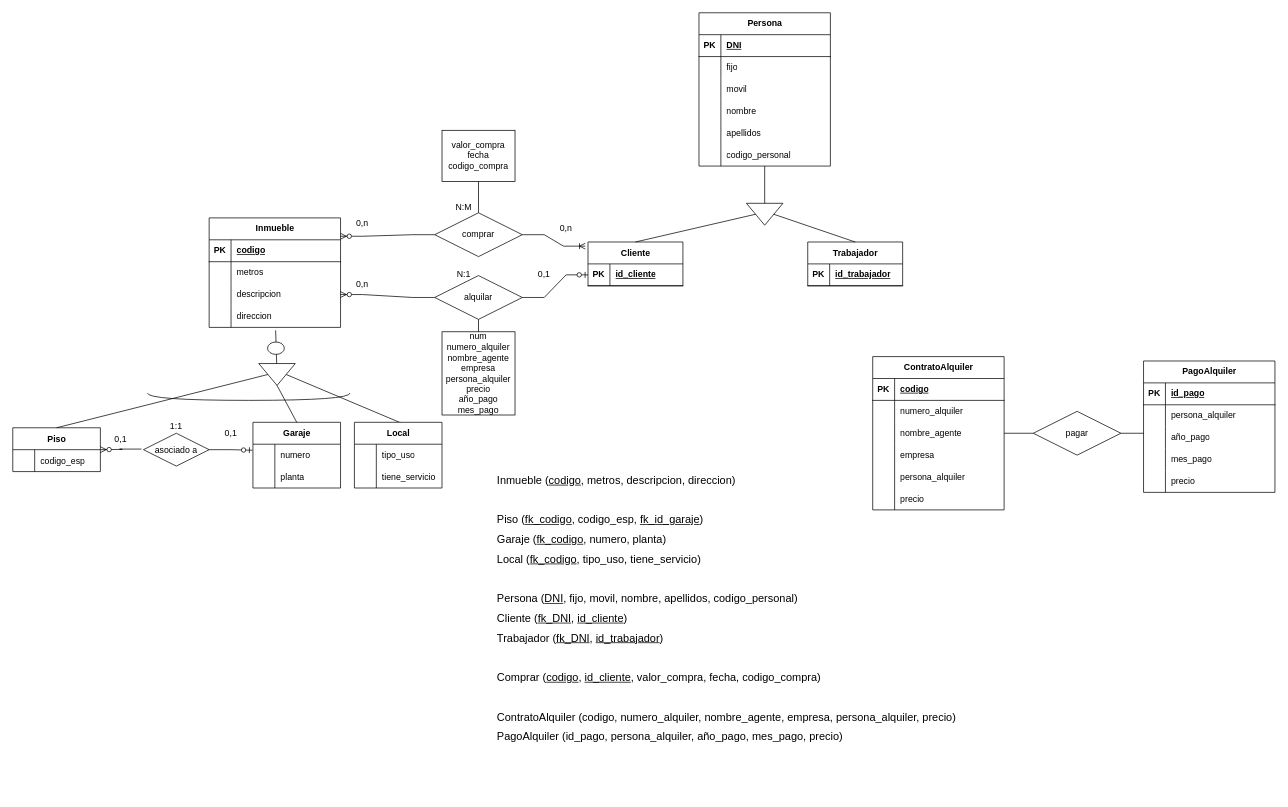
Earlier version of the draw.io diagram Ejercicio18.drawio (Daninuro/diagrames-cvf-dn-mpl-n-11102023). Source tidied: cells renumbered, new cells numbered last; positions are measured from the earlier drawing's top-left corner, leaving out a move shared by most shapes. Both pictures are drawn from the tidied source at 73%, with x=0, y=0 at pixel (12, 12).
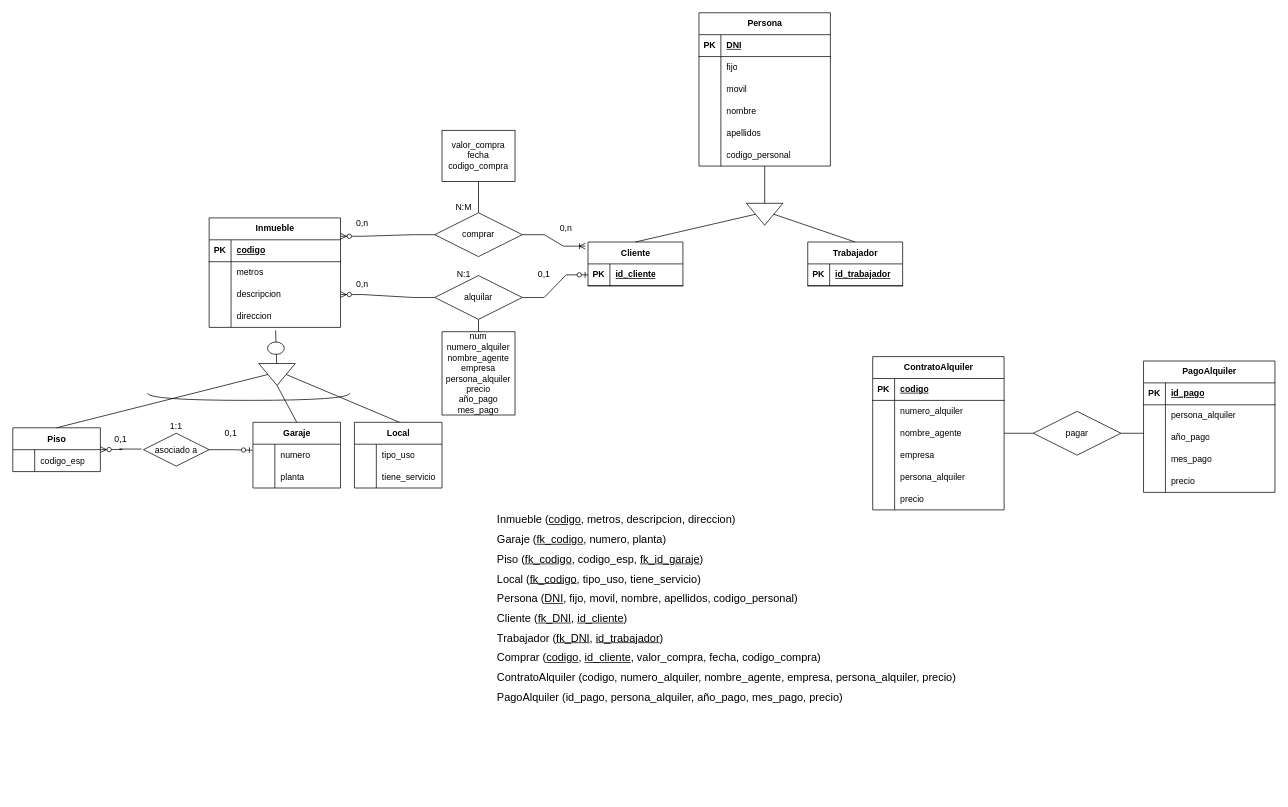
The same diagram, later.

What changed in the source:
```diff
@@
-    <mxCell id="93" value="&lt;p style=&quot;line-height: 180%; font-size: 15px;&quot;&gt;&lt;/p&gt;&lt;div style=&quot;text-align: justify; font-size: 15px; line-height: 180%;&quot;&gt;&lt;span style=&quot;background-color: initial;&quot;&gt;&lt;font style=&quot;font-size: 15px;&quot;&gt;Inmueble (&lt;u&gt;codigo&lt;/u&gt;, metros, descripcion, direccion)&lt;/font&gt;&lt;/span&gt;&lt;/div&gt;&lt;div style=&quot;text-align: justify; font-size: 15px; line-height: 180%;&quot;&gt;&lt;br&gt;&lt;/div&gt;&lt;div style=&quot;text-align: justify; font-size: 15px; line-height: 180%;&quot;&gt;&lt;span style=&quot;background-color: initial;&quot;&gt;&lt;font style=&quot;font-size: 15px;&quot;&gt;Piso (&lt;u&gt;fk_codigo&lt;/u&gt;, codigo_esp, &lt;u&gt;fk_id_garaje&lt;/u&gt;)&lt;/font&gt;&lt;/span&gt;&lt;/div&gt;&lt;div style=&quot;text-align: justify; font-size: 15px; line-height: 180%;&quot;&gt;&lt;span style=&quot;background-color: initial;&quot;&gt;&lt;font style=&quot;font-size: 15px;&quot;&gt;Garaje (&lt;u&gt;fk_codigo&lt;/u&gt;, numero, planta)&lt;/font&gt;&lt;/span&gt;&lt;/div&gt;&lt;div style=&quot;text-align: justify; font-size: 15px; line-height: 180%;&quot;&gt;&lt;span style=&quot;background-color: initial;&quot;&gt;&lt;font style=&quot;font-size: 15px;&quot;&gt;Local (&lt;u&gt;fk_codigo&lt;/u&gt;, tipo_uso, tiene_servicio)&lt;/font&gt;&lt;/span&gt;&lt;/div&gt;&lt;div style=&quot;text-align: justify; font-size: 15px; line-height: 180%;&quot;&gt;&lt;span style=&quot;background-color: initial;&quot;&gt;&lt;font style=&quot;font-size: 15px;&quot;&gt;&lt;br&gt;&lt;/font&gt;&lt;/span&gt;&lt;/div&gt;&lt;div style=&quot;text-align: justify; font-size: 15px; line-height: 180%;&quot;&gt;Persona (&lt;u&gt;DNI&lt;/u&gt;, fijo, movil, nombre, apellidos, codigo_personal)&lt;span style=&quot;background-color: initial;&quot;&gt;&lt;font style=&quot;font-size: 15px;&quot;&gt;&lt;br&gt;&lt;/font&gt;&lt;/span&gt;&lt;/div&gt;&lt;div style=&quot;text-align: justify; font-size: 15px; line-height: 180%;&quot;&gt;Cliente (&lt;u&gt;fk_DNI&lt;/u&gt;, &lt;u&gt;id_cliente&lt;/u&gt;)&lt;/div&gt;&lt;div style=&quot;text-align: justify; font-size: 15px; line-height: 180%;&quot;&gt;Trabajador (&lt;u&gt;fk_DNI&lt;/u&gt;, &lt;u&gt;id_trabajador&lt;/u&gt;)&lt;/div&gt;&lt;div style=&quot;text-align: justify; font-size: 15px; line-height: 180%;&quot;&gt;&lt;br&gt;&lt;/div&gt;&lt;div style=&quot;text-align: justify; font-size: 15px; line-height: 180%;&quot;&gt;Comprar (&lt;u&gt;codigo&lt;/u&gt;, &lt;u&gt;id_cliente&lt;/u&gt;, valor_compra, fecha, codigo_compra)&lt;/div&gt;&lt;div style=&quot;text-align: justify; font-size: 15px; line-height: 180%;&quot;&gt;&lt;br&gt;&lt;/div&gt;&lt;div style=&quot;text-align: justify; font-size: 15px; line-height: 180%;&quot;&gt;ContratoAlquiler (codigo, numero_alquiler, nombre_agente, empresa, persona_alquiler, precio)&lt;/div&gt;&lt;div style=&quot;text-align: justify; font-size: 15px; line-height: 180%;&quot;&gt;PagoAlquiler (id_pago, persona_alquiler, año_pago, mes_pago, precio)&lt;/div&gt;&lt;div style=&quot;text-align: justify; font-size: 15px; line-height: 180%;&quot;&gt;&lt;br&gt;&lt;/div&gt;&lt;div style=&quot;text-align: justify; font-size: 15px; line-height: 180%;&quot;&gt;&lt;br&gt;&lt;/div&gt;&lt;p&gt;&lt;/p&gt;" style="text;html=1;strokeColor=none;fillColor=none;align=center;verticalAlign=middle;whiteSpace=wrap;rounded=0;" parent="1" vertex="1">
+    <mxCell id="93" value="&lt;p style=&quot;line-height: 180%; font-size: 15px;&quot;&gt;&lt;/p&gt;&lt;div style=&quot;text-align: justify; font-size: 15px; line-height: 180%;&quot;&gt;&lt;span style=&quot;background-color: initial;&quot;&gt;&lt;font style=&quot;font-size: 15px;&quot;&gt;Inmueble (&lt;u&gt;codigo&lt;/u&gt;, metros, descripcion, direccion)&lt;/font&gt;&lt;/span&gt;&lt;/div&gt;&lt;div style=&quot;text-align: justify; font-size: 15px; line-height: 180%;&quot;&gt;&lt;span style=&quot;background-color: initial;&quot;&gt;Garaje (&lt;/span&gt;&lt;u style=&quot;background-color: initial; border-color: var(--border-color);&quot;&gt;fk_codigo&lt;/u&gt;&lt;span style=&quot;background-color: initial;&quot;&gt;, numero, planta)&lt;/span&gt;&lt;br&gt;&lt;/div&gt;&lt;div style=&quot;text-align: justify; font-size: 15px; line-height: 180%;&quot;&gt;&lt;span style=&quot;background-color: initial;&quot;&gt;&lt;font style=&quot;font-size: 15px;&quot;&gt;Piso (&lt;u&gt;fk_codigo&lt;/u&gt;, codigo_esp, &lt;u&gt;fk_id_garaje&lt;/u&gt;)&lt;/font&gt;&lt;/span&gt;&lt;/div&gt;&lt;div style=&quot;text-align: justify; font-size: 15px; line-height: 180%;&quot;&gt;&lt;span style=&quot;background-color: initial;&quot;&gt;Local (&lt;/span&gt;&lt;u style=&quot;background-color: initial;&quot;&gt;fk_codigo&lt;/u&gt;&lt;span style=&quot;background-color: initial;&quot;&gt;, tipo_uso, tiene_servicio)&lt;/span&gt;&lt;br&gt;&lt;/div&gt;&lt;div style=&quot;text-align: justify; font-size: 15px; line-height: 180%;&quot;&gt;&lt;span style=&quot;background-color: initial;&quot;&gt;Persona (&lt;/span&gt;&lt;u style=&quot;background-color: initial;&quot;&gt;DNI&lt;/u&gt;&lt;span style=&quot;background-color: initial;&quot;&gt;, fijo, movil, nombre, apellidos, codigo_personal)&lt;/span&gt;&lt;br&gt;&lt;/div&gt;&lt;div style=&quot;text-align: justify; font-size: 15px; line-height: 180%;&quot;&gt;Cliente (&lt;u&gt;fk_DNI&lt;/u&gt;, &lt;u&gt;id_cliente&lt;/u&gt;)&lt;/div&gt;&lt;div style=&quot;text-align: justify; font-size: 15px; line-height: 180%;&quot;&gt;Trabajador (&lt;u&gt;fk_DNI&lt;/u&gt;, &lt;u&gt;id_trabajador&lt;/u&gt;)&lt;/div&gt;&lt;div style=&quot;text-align: justify; font-size: 15px; line-height: 180%;&quot;&gt;&lt;span style=&quot;background-color: initial;&quot;&gt;Comprar (&lt;/span&gt;&lt;u style=&quot;background-color: initial;&quot;&gt;codigo&lt;/u&gt;&lt;span style=&quot;background-color: initial;&quot;&gt;, &lt;/span&gt;&lt;u style=&quot;background-color: initial;&quot;&gt;id_cliente&lt;/u&gt;&lt;span style=&quot;background-color: initial;&quot;&gt;, valor_compra, fecha, codigo_compra)&lt;/span&gt;&lt;br&gt;&lt;/div&gt;&lt;div style=&quot;text-align: justify; font-size: 15px; line-height: 180%;&quot;&gt;&lt;span style=&quot;background-color: initial;&quot;&gt;ContratoAlquiler (codigo, numero_alquiler, nombre_agente, empresa, persona_alquiler, precio)&lt;/span&gt;&lt;br&gt;&lt;/div&gt;&lt;div style=&quot;text-align: justify; font-size: 15px; line-height: 180%;&quot;&gt;PagoAlquiler (id_pago, persona_alquiler, año_pago, mes_pago, precio)&lt;/div&gt;&lt;div style=&quot;text-align: justify; font-size: 15px; line-height: 180%;&quot;&gt;&lt;br&gt;&lt;/div&gt;&lt;div style=&quot;text-align: justify; font-size: 15px; line-height: 180%;&quot;&gt;&lt;br&gt;&lt;/div&gt;&lt;p&gt;&lt;/p&gt;" style="text;html=1;strokeColor=none;fillColor=none;align=center;verticalAlign=middle;whiteSpace=wrap;rounded=0;" parent="1" vertex="1">
       <mxGeometry x="578" y="671" width="800" height="340" as="geometry" />
     </mxCell>
```
